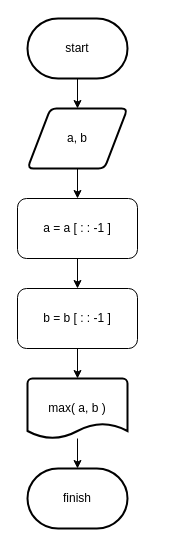
The draw.io diagram stage/06_string/2908.drawio in Gyeongrok-Oh/boj, before the edit. Source tidied: cells renumbered, new cells numbered last; positions are measured from the earlier drawing's top-left corner, leaving out a move shared by most shapes. Both pictures are drawn from the tidied source at 100%, with x=0, y=0 at pixel (17, 18).
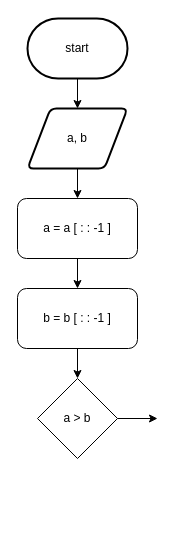
The same page after the edit.

The edit, as a diff of the source:
```diff
@@
 <mxGraphModel>
   <root>
     <mxCell id="0" />
     <mxCell id="1" parent="0" />
     <mxCell id="2" style="edgeStyle=none;html=1;" parent="1" edge="1" source="3">
       <mxGeometry relative="1" as="geometry">
         <mxPoint x="60" y="90" as="targetPoint" />
       </mxGeometry>
     </mxCell>
     <mxCell id="3" value="start" style="strokeWidth=2;html=1;shape=mxgraph.flowchart.terminator;whiteSpace=wrap;" parent="1" vertex="1">
       <mxGeometry x="10" width="100" height="60" as="geometry" />
     </mxCell>
     <mxCell id="4" style="edgeStyle=none;html=1;" parent="1" edge="1" source="5">
       <mxGeometry relative="1" as="geometry">
         <mxPoint x="60" y="180" as="targetPoint" />
       </mxGeometry>
     </mxCell>
     <mxCell id="5" value="a, b" style="shape=parallelogram;html=1;strokeWidth=2;perimeter=parallelogramPerimeter;whiteSpace=wrap;rounded=1;arcSize=12;size=0.23;" parent="1" vertex="1">
       <mxGeometry x="10" y="90" width="100" height="60" as="geometry" />
     </mxCell>
     <mxCell id="6" style="edgeStyle=none;html=1;" parent="1" edge="1" source="7">
       <mxGeometry relative="1" as="geometry">
         <mxPoint x="60" y="270" as="targetPoint" />
       </mxGeometry>
     </mxCell>
     <mxCell id="7" value="a = a [ : : -1 ]" style="rounded=1;whiteSpace=wrap;html=1;" parent="1" vertex="1">
       <mxGeometry y="180" width="120" height="60" as="geometry" />
     </mxCell>
     <mxCell id="8" style="edgeStyle=none;html=1;" parent="1" edge="1" source="9">
       <mxGeometry relative="1" as="geometry">
         <mxPoint x="60" y="360" as="targetPoint" />
       </mxGeometry>
     </mxCell>
     <mxCell id="9" value="b = b [ : : -1 ]" style="rounded=1;whiteSpace=wrap;html=1;" parent="1" vertex="1">
       <mxGeometry y="270" width="120" height="60" as="geometry" />
     </mxCell>
-    <mxCell id="10" style="edgeStyle=none;html=1;" parent="1" edge="1" source="11">
-      <mxGeometry relative="1" as="geometry">
-        <mxPoint x="60" y="450" as="targetPoint" />
-      </mxGeometry>
-    </mxCell>
-    <mxCell id="11" value="max( a, b )" style="strokeWidth=2;html=1;shape=mxgraph.flowchart.document2;whiteSpace=wrap;size=0.25;" parent="1" vertex="1">
-      <mxGeometry x="10" y="360" width="100" height="60" as="geometry" />
-    </mxCell>
+    <mxCell id="13" style="edgeStyle=none;html=1;" parent="1" edge="1" source="12">
+      <mxGeometry relative="1" as="geometry">
+        <mxPoint x="140" y="400" as="targetPoint" />
+      </mxGeometry>
+    </mxCell>
-    <mxCell id="12" value="finish" style="strokeWidth=2;html=1;shape=mxgraph.flowchart.terminator;whiteSpace=wrap;" parent="1" vertex="1">
-      <mxGeometry x="10" y="450" width="100" height="60" as="geometry" />
+    <mxCell id="12" value="a &amp;gt; b" style="rhombus;whiteSpace=wrap;html=1;" parent="1" vertex="1">
+      <mxGeometry x="20" y="360" width="80" height="80" as="geometry" />
     </mxCell>
   </root>
 </mxGraphModel>
```
